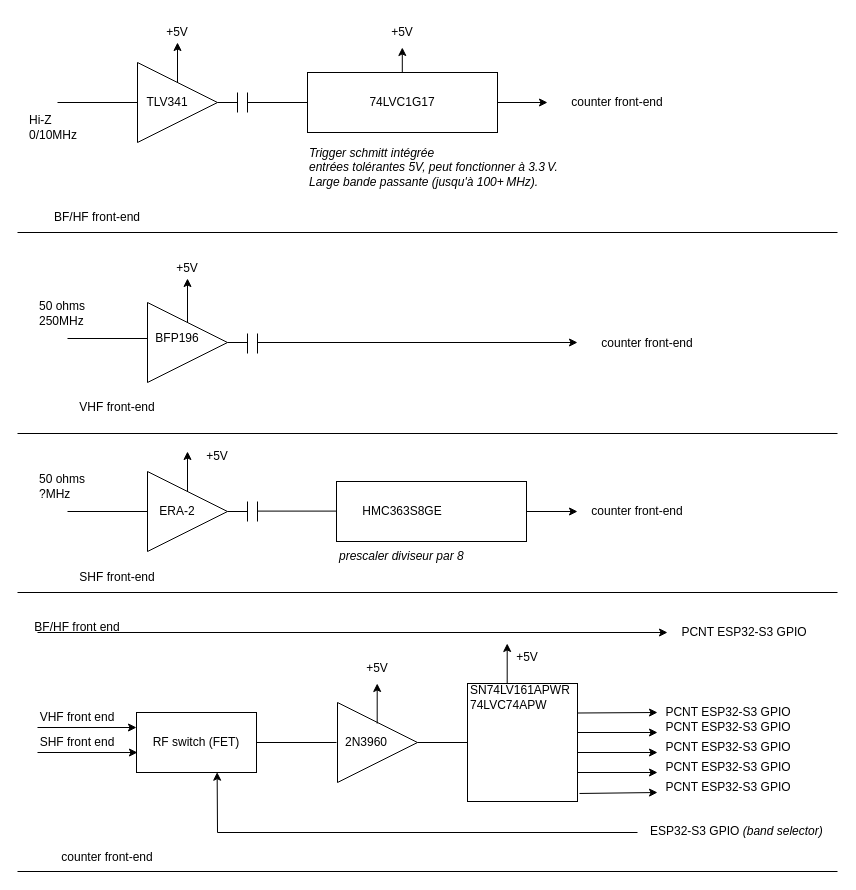
f4bjh/Rf-Test-BJH keeps this draw.io diagram as doc/Rf-Test-BJH/rf-freq-archi.drawio. Above is the earlier version. Source tidied: cells renumbered, new cells numbered last; positions are measured from the earlier drawing's top-left corner, leaving out a move shared by most shapes. Both pictures are drawn from the tidied source at 100%, with x=0, y=0 at pixel (17, 17).
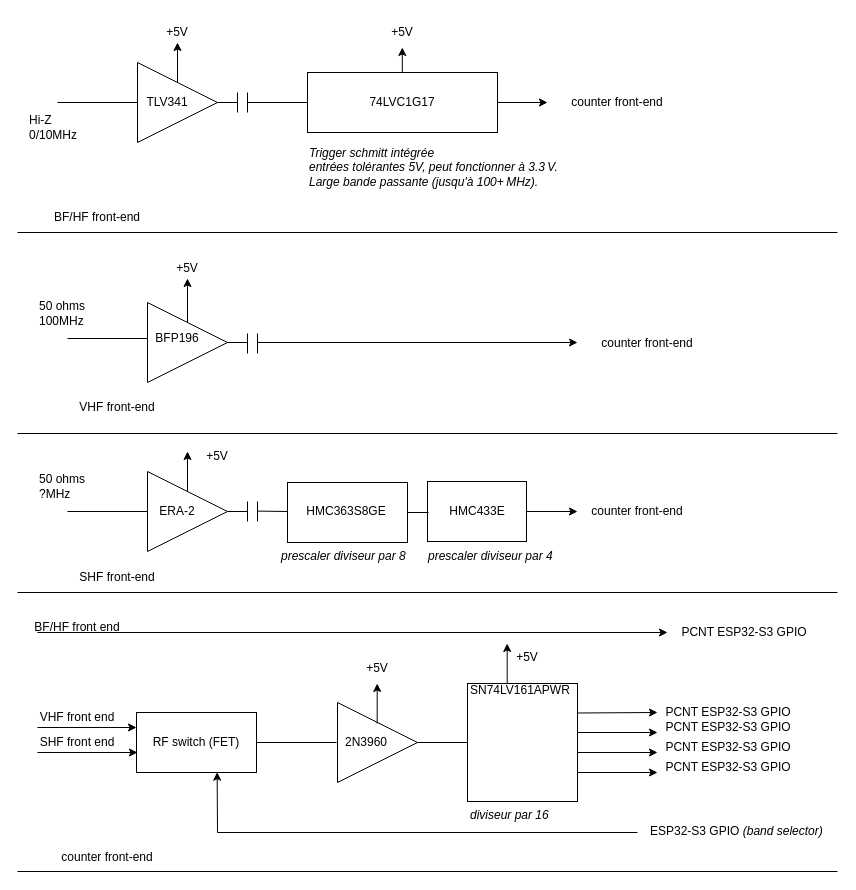
The same diagram, later.

Commit message (it also covers changes not shown here):
108 - update frequencymeter hw architecture

The change refers to these unchanged cells:
```xml
<mxCell id="70" style="rounded=0;whiteSpace=wrap;html=1;" parent="1" vertex="1">
  <mxGeometry x="450" y="666" width="110" height="118" as="geometry" />
</mxCell>
```

The edit, as a diff of the source:
```diff
@@
+    <mxCell id="87" style="rounded=0;whiteSpace=wrap;html=1;" parent="1" vertex="1">
+      <mxGeometry x="270" y="465" width="120" height="60" as="geometry" />
+    </mxCell>
@@
-    <mxCell id="32" value="50 ohms&lt;div&gt;250MHz&lt;/div&gt;" style="text;html=1;align=left;verticalAlign=middle;whiteSpace=wrap;rounded=0;" parent="1" vertex="1">
+    <mxCell id="32" value="50 ohms&lt;div&gt;100MHz&lt;/div&gt;" style="text;html=1;align=left;verticalAlign=middle;whiteSpace=wrap;rounded=0;" parent="1" vertex="1">
       <mxGeometry x="20" y="281" width="60" height="30" as="geometry" />
     </mxCell>
@@
     <mxCell id="43" style="endArrow=none;html=1;rounded=0;" parent="1" edge="1">
       <mxGeometry relative="1" as="geometry">
         <mxPoint x="240" y="493.6" as="sourcePoint" />
-        <mxPoint x="320" y="493.6" as="targetPoint" />
+        <mxPoint x="270" y="494" as="targetPoint" />
       </mxGeometry>
     </mxCell>
@@
     <mxCell id="46" style="rounded=0;whiteSpace=wrap;html=1;" parent="1" vertex="1">
-      <mxGeometry x="319" y="464" width="190" height="60" as="geometry" />
+      <mxGeometry x="410" y="464" width="99" height="60" as="geometry" />
     </mxCell>
-    <mxCell id="47" value="HMC363S8GE" style="text;html=1;align=center;verticalAlign=middle;whiteSpace=wrap;rounded=0;" parent="1" vertex="1">
-      <mxGeometry x="354.8" y="479" width="60" height="30" as="geometry" />
+    <mxCell id="47" value="HMC433E" style="text;html=1;align=center;verticalAlign=middle;whiteSpace=wrap;rounded=0;" parent="1" vertex="1">
+      <mxGeometry x="429.5" y="479" width="60" height="30" as="geometry" />
     </mxCell>
-    <mxCell id="48" value="&lt;i&gt;prescaler diviseur par 8&lt;/i&gt;" style="text;whiteSpace=wrap;html=1;" parent="1" vertex="1">
-      <mxGeometry x="320" y="525" width="160" height="20" as="geometry" />
+    <mxCell id="48" value="&lt;i&gt;prescaler diviseur par 4&lt;/i&gt;" style="text;whiteSpace=wrap;html=1;" parent="1" vertex="1">
+      <mxGeometry x="409" y="525" width="160" height="20" as="geometry" />
     </mxCell>
@@
-    <mxCell id="80" style="endArrow=classic;html=1;rounded=0;exitX=1.018;exitY=0.932;exitDx=0;exitDy=0;exitPerimeter=0;" parent="1" edge="1" source="70">
-      <mxGeometry relative="1" as="geometry">
-        <mxPoint x="640" y="775" as="targetPoint" />
-      </mxGeometry>
-    </mxCell>
@@
-    <mxCell id="85" value="PCNT ESP32-S3 GPIO" style="text;html=1;align=center;verticalAlign=middle;whiteSpace=wrap;rounded=0;" parent="1" vertex="1">
-      <mxGeometry x="631" y="755" width="160" height="30" as="geometry" />
-    </mxCell>
-    <mxCell id="86" value="SN74LV161APWR&lt;div&gt;74LVC74APW&lt;/div&gt;" style="text;html=1;align=left;verticalAlign=middle;whiteSpace=wrap;rounded=0;" parent="1" vertex="1">
+    <mxCell id="86" value="SN74LV161APWR&lt;div&gt;&lt;br&gt;&lt;/div&gt;" style="text;html=1;align=left;verticalAlign=middle;whiteSpace=wrap;rounded=0;" parent="1" vertex="1">
       <mxGeometry x="451" y="665" width="109" height="30" as="geometry" />
     </mxCell>
+    <mxCell id="88" value="&lt;i&gt;diviseur par 16&lt;/i&gt;" style="text;whiteSpace=wrap;html=1;" parent="1" vertex="1">
+      <mxGeometry x="451" y="784" width="160" height="20" as="geometry" />
+    </mxCell>
+    <mxCell id="89" value="HMC363S8GE" style="text;html=1;align=center;verticalAlign=middle;whiteSpace=wrap;rounded=0;" parent="1" vertex="1">
+      <mxGeometry x="299" y="479" width="60" height="30" as="geometry" />
+    </mxCell>
+    <mxCell id="90" value="&lt;i&gt;prescaler diviseur par 8&lt;/i&gt;" style="text;whiteSpace=wrap;html=1;" parent="1" vertex="1">
+      <mxGeometry x="262" y="525" width="160" height="20" as="geometry" />
+    </mxCell>
+    <mxCell id="91" style="endArrow=none;html=1;rounded=0;" parent="1" edge="1">
+      <mxGeometry relative="1" as="geometry">
+        <mxPoint x="390" y="495" as="sourcePoint" />
+        <mxPoint x="411" y="495" as="targetPoint" />
+      </mxGeometry>
+    </mxCell>
```
